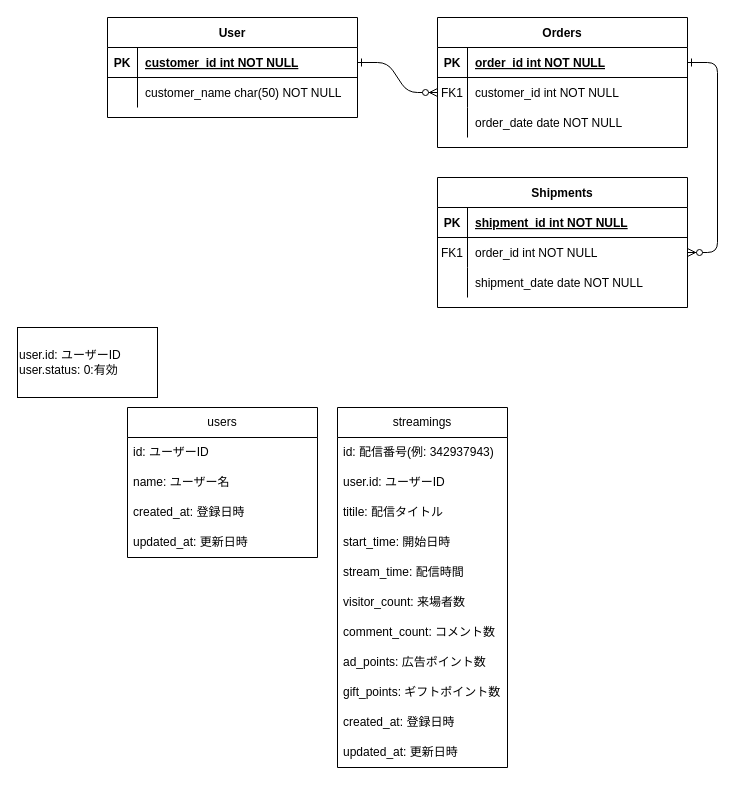
Earlier version of the draw.io diagram nicodb_ER.drawio (MASA20201203/nicodb-scraping). Source tidied: cells renumbered, new cells numbered last; positions are measured from the earlier drawing's top-left corner, leaving out a move shared by most shapes. Both pictures are drawn from the tidied source at 100%, with x=0, y=0 at pixel (17, 17).
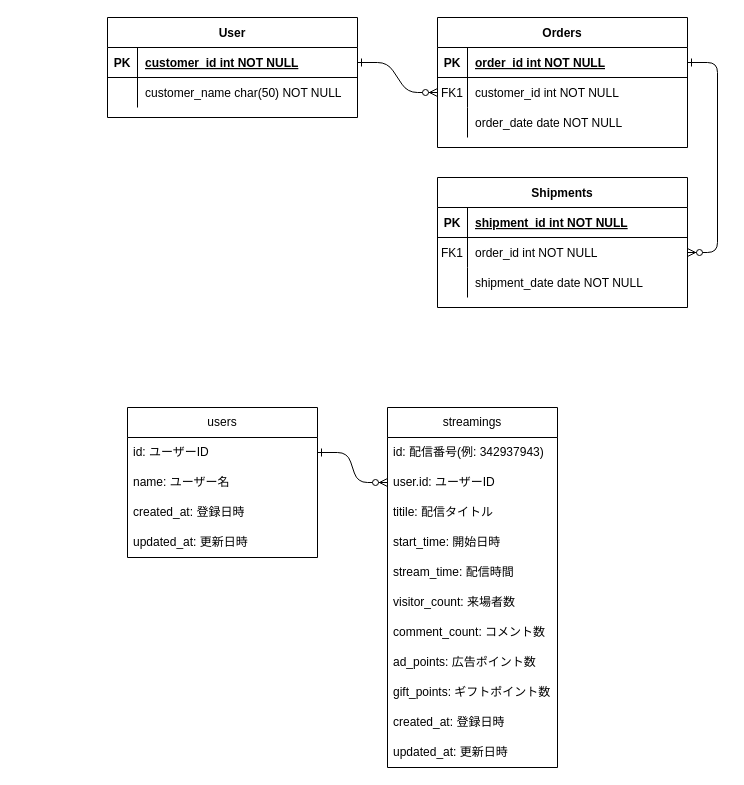
The same diagram, later.

Unchanged cells that the change refers to:
```xml
<mxCell id="32" value="id: ユーザーID" style="text;strokeColor=none;fillColor=none;align=left;verticalAlign=middle;spacingLeft=4;spacingRight=4;overflow=hidden;points=[[0,0.5],[1,0.5]];portConstraint=eastwest;whiteSpace=wrap;html=1;" parent="31" vertex="1">
  <mxGeometry y="30" width="190" height="30" as="geometry" />
</mxCell>
<mxCell id="39" value="user.id: ユーザーID" style="text;strokeColor=none;fillColor=none;align=left;verticalAlign=middle;spacingLeft=4;spacingRight=4;overflow=hidden;points=[[0,0.5],[1,0.5]];portConstraint=eastwest;whiteSpace=wrap;html=1;" parent="37" vertex="1">
  <mxGeometry y="60" width="170" height="30" as="geometry" />
</mxCell>
```

Change to the diagram source:
```diff
@@
-    <mxCell id="36" value="user.id: ユーザーID&lt;br&gt;user.status: 0:有効" style="rounded=0;whiteSpace=wrap;html=1;align=left;" parent="1" vertex="1">
-      <mxGeometry y="310" width="140" height="70" as="geometry" />
-    </mxCell>
     <mxCell id="37" value="streamings" style="swimlane;fontStyle=0;horizontal=1;startSize=30;whiteSpace=wrap;html=1;" parent="1" vertex="1">
-      <mxGeometry x="320" y="390" width="170" height="360" as="geometry" />
+      <mxGeometry x="370" y="390" width="170" height="360" as="geometry" />
     </mxCell>
@@
+    <mxCell id="49" style="edgeStyle=entityRelationEdgeStyle;endArrow=ERzeroToMany;startArrow=ERone;endFill=1;startFill=0;entryX=0;entryY=0.5;entryDx=0;entryDy=0;" parent="1" edge="1" source="32" target="39">
+      <mxGeometry relative="1" as="geometry" />
+    </mxCell>
```
